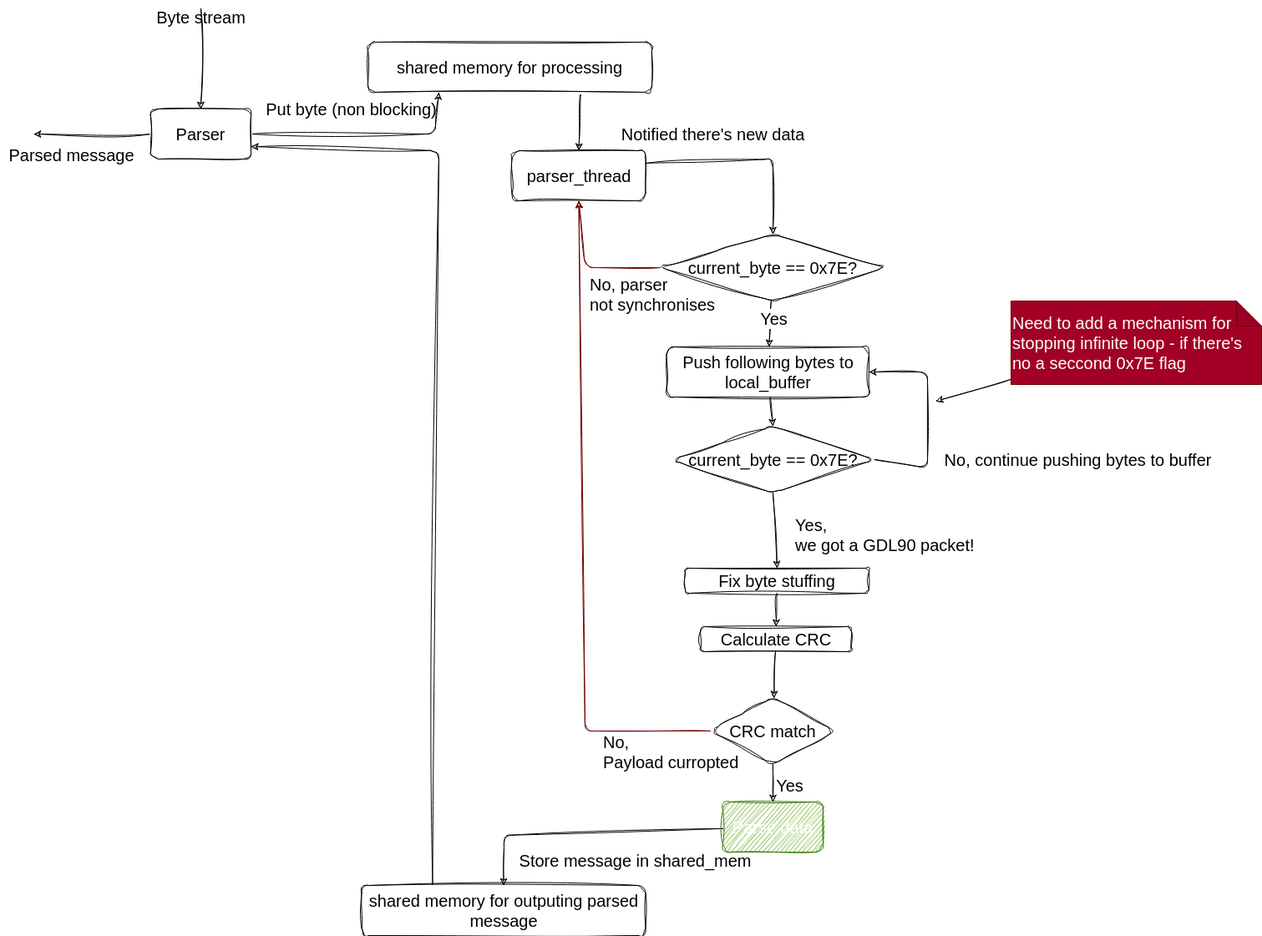
Earlier version of the draw.io export doc/ParserDesignHighLevel.png (GalBrandwine/GDL90_c_parser). Source tidied: cells renumbered, new cells last; positions are measured from the earlier drawing's top-left corner, leaving out a move shared by most shapes. Its diagram source:
```xml
<mxGraphModel>
  <root>
    <mxCell id="0" />
    <mxCell id="1" parent="0" />
    <mxCell id="2" style="edgeStyle=none;html=1;exitX=0.75;exitY=1;exitDx=0;exitDy=0;entryX=0.5;entryY=0;entryDx=0;entryDy=0;shadow=0;sketch=1;curveFitting=1;jiggle=2;fontSize=20;" parent="1" edge="1" source="3" target="8">
      <mxGeometry relative="1" as="geometry" />
    </mxCell>
    <mxCell id="3" value="shared memory for processing" style="rounded=1;whiteSpace=wrap;html=1;shadow=0;sketch=1;curveFitting=1;jiggle=2;fontSize=20;" parent="1" vertex="1">
      <mxGeometry x="440" y="50" width="340" height="60" as="geometry" />
    </mxCell>
    <mxCell id="4" style="edgeStyle=none;html=1;entryX=0.25;entryY=1;entryDx=0;entryDy=0;shadow=0;sketch=1;curveFitting=1;jiggle=2;fontSize=20;" parent="1" edge="1" source="6" target="3">
      <mxGeometry relative="1" as="geometry">
        <Array as="points">
          <mxPoint x="520" y="160" />
        </Array>
      </mxGeometry>
    </mxCell>
    <mxCell id="5" style="edgeStyle=none;html=1;shadow=0;sketch=1;curveFitting=1;jiggle=2;fontSize=20;" parent="1" edge="1" source="6">
      <mxGeometry relative="1" as="geometry">
        <mxPoint x="40" y="160" as="targetPoint" />
      </mxGeometry>
    </mxCell>
    <mxCell id="6" value="Parser" style="rounded=1;whiteSpace=wrap;html=1;shadow=0;sketch=1;curveFitting=1;jiggle=2;fontSize=20;" parent="1" vertex="1">
      <mxGeometry x="180" y="130" width="120" height="60" as="geometry" />
    </mxCell>
    <mxCell id="7" value="Put byte (non blocking)" style="text;html=1;align=center;verticalAlign=middle;strokeColor=none;fillColor=none;shadow=0;sketch=1;curveFitting=1;jiggle=2;fontSize=20;" parent="1" vertex="1">
      <mxGeometry x="305" y="110" width="230" height="40" as="geometry" />
    </mxCell>
    <mxCell id="8" value="parser_thread" style="rounded=1;whiteSpace=wrap;html=1;shadow=0;sketch=1;curveFitting=1;jiggle=2;fontSize=20;" parent="1" vertex="1">
      <mxGeometry x="612.5" y="180" width="160" height="60" as="geometry" />
    </mxCell>
    <mxCell id="9" style="endArrow=classic;html=1;entryX=0.5;entryY=0;entryDx=0;entryDy=0;shadow=0;sketch=1;curveFitting=1;jiggle=2;fontSize=20;" parent="1" edge="1" target="6">
      <mxGeometry relative="1" as="geometry">
        <mxPoint x="240" y="10" as="sourcePoint" />
      </mxGeometry>
    </mxCell>
    <mxCell id="10" value="Byte stream" style="text;html=1;align=center;verticalAlign=middle;points=[];strokeColor=none;fillColor=none;shadow=0;sketch=1;curveFitting=1;jiggle=2;fontSize=20;" parent="1" vertex="1">
      <mxGeometry x="175" width="130" height="40" as="geometry" />
    </mxCell>
    <mxCell id="11" value="Parsed message" style="text;html=1;align=center;verticalAlign=middle;strokeColor=none;fillColor=none;shadow=0;sketch=1;curveFitting=1;jiggle=2;fontSize=20;" parent="1" vertex="1">
      <mxGeometry y="165" width="170" height="40" as="geometry" />
    </mxCell>
    <mxCell id="12" style="edgeStyle=none;html=1;entryX=0.5;entryY=0;entryDx=0;entryDy=0;shadow=0;sketch=1;curveFitting=1;jiggle=2;exitX=1;exitY=0.25;exitDx=0;exitDy=0;fontSize=20;" parent="1" edge="1" source="8" target="22">
      <mxGeometry relative="1" as="geometry">
        <Array as="points">
          <mxPoint x="925" y="190" />
        </Array>
      </mxGeometry>
    </mxCell>
    <mxCell id="13" style="edgeStyle=none;html=1;exitX=0.25;exitY=0;exitDx=0;exitDy=0;entryX=1;entryY=0.75;entryDx=0;entryDy=0;shadow=0;sketch=1;curveFitting=1;jiggle=2;fontSize=20;" parent="1" edge="1" source="14" target="6">
      <mxGeometry relative="1" as="geometry">
        <Array as="points">
          <mxPoint x="525" y="180" />
        </Array>
      </mxGeometry>
    </mxCell>
    <mxCell id="14" value="shared memory for outputing parsed message" style="rounded=1;whiteSpace=wrap;html=1;shadow=0;sketch=1;curveFitting=1;jiggle=2;fontSize=20;" parent="1" vertex="1">
      <mxGeometry x="432.5" y="1060" width="340" height="60" as="geometry" />
    </mxCell>
    <mxCell id="15" style="edgeStyle=none;html=1;shadow=0;sketch=1;curveFitting=1;jiggle=2;fontSize=20;" parent="1" edge="1" source="16" target="18">
      <mxGeometry relative="1" as="geometry" />
    </mxCell>
    <mxCell id="16" value="Fix byte stuffing" style="rounded=1;whiteSpace=wrap;html=1;shadow=0;sketch=1;curveFitting=1;jiggle=2;fontSize=20;" parent="1" vertex="1">
      <mxGeometry x="820" y="680" width="220" height="30" as="geometry" />
    </mxCell>
    <mxCell id="17" style="edgeStyle=none;sketch=1;html=1;shadow=0;fontSize=20;" parent="1" edge="1" source="18" target="36">
      <mxGeometry relative="1" as="geometry" />
    </mxCell>
    <mxCell id="18" value="Calculate CRC" style="rounded=1;whiteSpace=wrap;html=1;shadow=0;sketch=1;curveFitting=1;jiggle=2;fontSize=20;" parent="1" vertex="1">
      <mxGeometry x="838.5" y="750" width="180" height="30" as="geometry" />
    </mxCell>
    <mxCell id="19" style="edgeStyle=none;sketch=1;html=1;shadow=0;entryX=0.5;entryY=1;entryDx=0;entryDy=0;exitX=0;exitY=0.5;exitDx=0;exitDy=0;fillColor=#a20025;strokeColor=#6F0000;fontSize=20;" parent="1" edge="1" source="22" target="8">
      <mxGeometry relative="1" as="geometry">
        <Array as="points">
          <mxPoint x="700" y="320" />
        </Array>
      </mxGeometry>
    </mxCell>
    <mxCell id="20" style="edgeStyle=none;sketch=1;html=1;shadow=0;fontSize=20;" parent="1" edge="1" source="22" target="25">
      <mxGeometry relative="1" as="geometry" />
    </mxCell>
    <mxCell id="21" value="Yes" style="edgeLabel;html=1;align=center;verticalAlign=middle;fontSize=20;" parent="20" vertex="1">
      <mxGeometry x="-0.25" y="3" relative="1" as="geometry" />
    </mxCell>
    <mxCell id="22" value="current_byte == 0x7E?" style="rhombus;whiteSpace=wrap;html=1;rounded=1;shadow=0;sketch=1;curveFitting=1;jiggle=2;fontSize=20;" parent="1" vertex="1">
      <mxGeometry x="790" y="280" width="270" height="80" as="geometry" />
    </mxCell>
    <mxCell id="23" value="No, parser&lt;br style=&quot;font-size: 20px;&quot;&gt;not synchronises" style="text;html=1;align=left;verticalAlign=middle;strokeColor=none;fillColor=none;fontSize=20;" parent="1" vertex="1">
      <mxGeometry x="704" y="322" width="170" height="60" as="geometry" />
    </mxCell>
    <mxCell id="24" style="edgeStyle=none;sketch=1;html=1;shadow=0;entryX=0.5;entryY=0;entryDx=0;entryDy=0;fontSize=20;" parent="1" edge="1" source="25" target="28">
      <mxGeometry relative="1" as="geometry" />
    </mxCell>
    <mxCell id="25" value="Push following bytes to local_buffer" style="whiteSpace=wrap;html=1;rounded=1;shadow=0;sketch=1;curveFitting=1;jiggle=2;fontSize=20;" parent="1" vertex="1">
      <mxGeometry x="797.5" y="415" width="242.5" height="60" as="geometry" />
    </mxCell>
    <mxCell id="26" style="edgeStyle=none;sketch=1;html=1;entryX=1;entryY=0.5;entryDx=0;entryDy=0;shadow=0;fontSize=20;exitX=1;exitY=0.5;exitDx=0;exitDy=0;" parent="1" edge="1" source="28" target="25">
      <mxGeometry relative="1" as="geometry">
        <Array as="points">
          <mxPoint x="1110" y="560" />
          <mxPoint x="1110" y="445" />
        </Array>
      </mxGeometry>
    </mxCell>
    <mxCell id="27" style="edgeStyle=none;sketch=1;html=1;entryX=0.5;entryY=0;entryDx=0;entryDy=0;shadow=0;fontSize=20;exitX=0.5;exitY=1;exitDx=0;exitDy=0;" parent="1" edge="1" source="28" target="16">
      <mxGeometry relative="1" as="geometry" />
    </mxCell>
    <mxCell id="28" value="current_byte == 0x7E?" style="rhombus;whiteSpace=wrap;html=1;rounded=1;shadow=0;sketch=1;curveFitting=1;jiggle=2;fontSize=20;" parent="1" vertex="1">
      <mxGeometry x="803.5" y="510" width="243" height="80" as="geometry" />
    </mxCell>
    <mxCell id="29" value="No, continue pushing bytes to buffer" style="text;html=1;align=center;verticalAlign=middle;strokeColor=none;fillColor=none;fontSize=20;" parent="1" vertex="1">
      <mxGeometry x="1120" y="530" width="340" height="40" as="geometry" />
    </mxCell>
    <mxCell id="30" value="Notified there's new data" style="text;html=1;align=center;verticalAlign=middle;strokeColor=none;fillColor=none;fontSize=20;" parent="1" vertex="1">
      <mxGeometry x="732.5" y="140" width="240" height="40" as="geometry" />
    </mxCell>
    <mxCell id="31" style="edgeStyle=none;sketch=1;html=1;shadow=0;fontSize=20;" parent="1" edge="1" source="32">
      <mxGeometry relative="1" as="geometry">
        <mxPoint x="1120" y="480" as="targetPoint" />
      </mxGeometry>
    </mxCell>
    <mxCell id="32" value="Need to add a mechanism for stopping infinite loop - if there's no a seccond 0x7E flag" style="shape=note;whiteSpace=wrap;html=1;backgroundOutline=1;darkOpacity=0.05;rounded=1;shadow=0;fillColor=#a20025;fontColor=#ffffff;strokeColor=#6F0000;align=left;fontSize=20;" parent="1" vertex="1">
      <mxGeometry x="1210" y="360" width="300" height="100" as="geometry" />
    </mxCell>
    <mxCell id="33" value="Yes,&lt;br style=&quot;font-size: 20px;&quot;&gt;we got a GDL90 packet!" style="text;html=1;align=left;verticalAlign=middle;strokeColor=none;fillColor=none;fontSize=20;" parent="1" vertex="1">
      <mxGeometry x="950" y="610" width="240" height="60" as="geometry" />
    </mxCell>
    <mxCell id="34" style="edgeStyle=none;sketch=1;html=1;shadow=0;entryX=0.5;entryY=1;entryDx=0;entryDy=0;fillColor=#a20025;strokeColor=#6F0000;fontSize=20;" parent="1" edge="1" source="36" target="8">
      <mxGeometry relative="1" as="geometry">
        <Array as="points">
          <mxPoint x="700" y="875" />
        </Array>
      </mxGeometry>
    </mxCell>
    <mxCell id="35" style="edgeStyle=none;sketch=1;html=1;shadow=0;fontSize=20;" parent="1" edge="1" source="36" target="39">
      <mxGeometry relative="1" as="geometry" />
    </mxCell>
    <mxCell id="36" value="CRC match" style="rhombus;whiteSpace=wrap;html=1;rounded=1;shadow=0;sketch=1;curveFitting=1;jiggle=2;fontSize=20;" parent="1" vertex="1">
      <mxGeometry x="850" y="835" width="150" height="80" as="geometry" />
    </mxCell>
    <mxCell id="37" value="No,&lt;br style=&quot;font-size: 20px;&quot;&gt;Payload curropted" style="text;html=1;align=left;verticalAlign=middle;strokeColor=none;fillColor=none;fontSize=20;" parent="1" vertex="1">
      <mxGeometry x="720" y="870" width="190" height="60" as="geometry" />
    </mxCell>
    <mxCell id="38" style="edgeStyle=none;sketch=1;html=1;entryX=0.5;entryY=0;entryDx=0;entryDy=0;shadow=0;fontSize=20;" parent="1" edge="1" source="39" target="14">
      <mxGeometry relative="1" as="geometry">
        <Array as="points">
          <mxPoint x="603" y="1000" />
        </Array>
      </mxGeometry>
    </mxCell>
    <mxCell id="39" value="Parse data" style="whiteSpace=wrap;html=1;rounded=1;shadow=0;sketch=1;curveFitting=1;jiggle=2;fillColor=#60a917;fontColor=#ffffff;strokeColor=#2D7600;fontSize=20;" parent="1" vertex="1">
      <mxGeometry x="865" y="960" width="120" height="60" as="geometry" />
    </mxCell>
    <mxCell id="40" value="&lt;font style=&quot;font-size: 20px;&quot;&gt;Store message in shared_mem&lt;/font&gt;" style="text;html=1;align=center;verticalAlign=middle;strokeColor=none;fillColor=none;fontSize=20;" parent="1" vertex="1">
      <mxGeometry x="610" y="1010" width="300" height="40" as="geometry" />
    </mxCell>
    <mxCell id="41" value="Yes" style="text;html=1;align=center;verticalAlign=middle;strokeColor=none;fillColor=none;fontSize=20;rounded=1;shadow=0;" parent="1" vertex="1">
      <mxGeometry x="915" y="920" width="60" height="40" as="geometry" />
    </mxCell>
  </root>
</mxGraphModel>
```
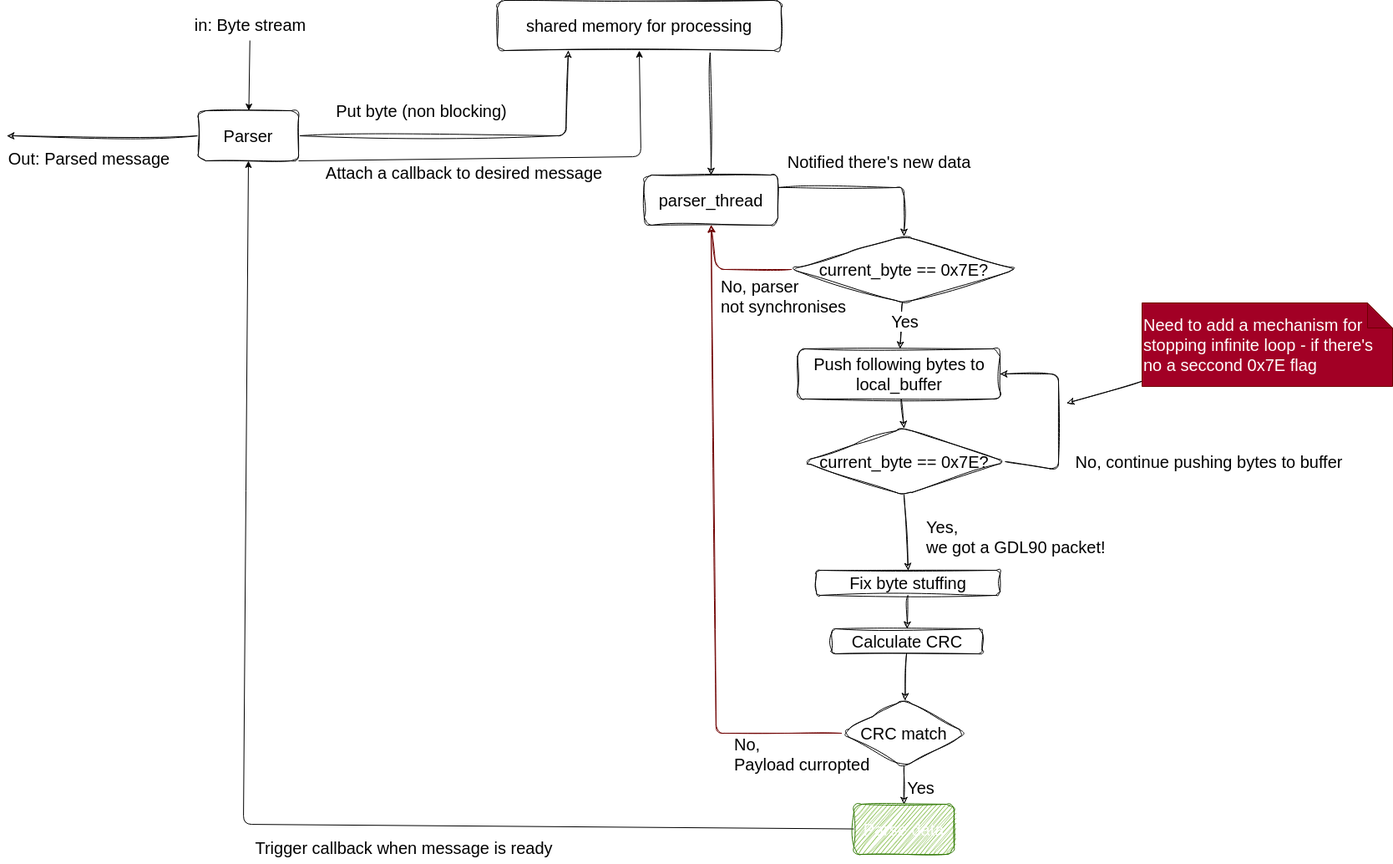
Above is the later version.

Commit message:
Done working on the GDL90 * functioning byte-de-stuffing mechanism * functioning crc * heartbeat message parsing

What changed in the source:
```diff
@@ -6,7 +6,7 @@
       <mxGeometry relative="1" as="geometry" />
     </mxCell>
     <mxCell id="3" value="shared memory for processing" style="rounded=1;whiteSpace=wrap;html=1;shadow=0;sketch=1;curveFitting=1;jiggle=2;fontSize=20;" parent="1" vertex="1">
-      <mxGeometry x="440" y="50" width="340" height="60" as="geometry" />
+      <mxGeometry x="438" y="-2" width="340" height="60" as="geometry" />
     </mxCell>
     <mxCell id="4" style="edgeStyle=none;html=1;entryX=0.25;entryY=1;entryDx=0;entryDy=0;shadow=0;sketch=1;curveFitting=1;jiggle=2;fontSize=20;" parent="1" edge="1" source="6" target="3">
       <mxGeometry relative="1" as="geometry">
@@ -17,46 +17,41 @@
     </mxCell>
     <mxCell id="5" style="edgeStyle=none;html=1;shadow=0;sketch=1;curveFitting=1;jiggle=2;fontSize=20;" parent="1" edge="1" source="6">
       <mxGeometry relative="1" as="geometry">
-        <mxPoint x="40" y="160" as="targetPoint" />
+        <mxPoint x="-149" y="160" as="targetPoint" />
       </mxGeometry>
     </mxCell>
+    <mxCell id="42" style="edgeStyle=none;html=1;exitX=1;exitY=1;exitDx=0;exitDy=0;entryX=0.5;entryY=1;entryDx=0;entryDy=0;" parent="1" edge="1" source="6" target="3">
+      <mxGeometry relative="1" as="geometry">
+        <Array as="points">
+          <mxPoint x="610" y="185" />
+        </Array>
+      </mxGeometry>
+    </mxCell>
     <mxCell id="6" value="Parser" style="rounded=1;whiteSpace=wrap;html=1;shadow=0;sketch=1;curveFitting=1;jiggle=2;fontSize=20;" parent="1" vertex="1">
-      <mxGeometry x="180" y="130" width="120" height="60" as="geometry" />
+      <mxGeometry x="80" y="130" width="120" height="60" as="geometry" />
     </mxCell>
     <mxCell id="7" value="Put byte (non blocking)" style="text;html=1;align=center;verticalAlign=middle;strokeColor=none;fillColor=none;shadow=0;sketch=1;curveFitting=1;jiggle=2;fontSize=20;" parent="1" vertex="1">
-      <mxGeometry x="305" y="110" width="230" height="40" as="geometry" />
+      <mxGeometry x="232" y="110" width="230" height="40" as="geometry" />
     </mxCell>
     <mxCell id="8" value="parser_thread" style="rounded=1;whiteSpace=wrap;html=1;shadow=0;sketch=1;curveFitting=1;jiggle=2;fontSize=20;" parent="1" vertex="1">
-      <mxGeometry x="612.5" y="180" width="160" height="60" as="geometry" />
+      <mxGeometry x="614" y="207" width="160" height="60" as="geometry" />
     </mxCell>
-    <mxCell id="9" style="endArrow=classic;html=1;entryX=0.5;entryY=0;entryDx=0;entryDy=0;shadow=0;sketch=1;curveFitting=1;jiggle=2;fontSize=20;" parent="1" edge="1" target="6">
-      <mxGeometry relative="1" as="geometry">
-        <mxPoint x="240" y="10" as="sourcePoint" />
-      </mxGeometry>
-    </mxCell>
+    <mxCell id="43" style="edgeStyle=none;html=1;fontSize=20;" parent="1" edge="1" source="10" target="6">
+      <mxGeometry relative="1" as="geometry" />
+    </mxCell>
-    <mxCell id="10" value="Byte stream" style="text;html=1;align=center;verticalAlign=middle;points=[];strokeColor=none;fillColor=none;shadow=0;sketch=1;curveFitting=1;jiggle=2;fontSize=20;" parent="1" vertex="1">
-      <mxGeometry x="175" width="130" height="40" as="geometry" />
+    <mxCell id="10" value="in: Byte stream" style="text;html=1;align=center;verticalAlign=middle;points=[];strokeColor=none;fillColor=none;shadow=0;sketch=1;curveFitting=1;jiggle=2;fontSize=20;" parent="1" vertex="1">
+      <mxGeometry x="66" y="9" width="152" height="37" as="geometry" />
     </mxCell>
-    <mxCell id="11" value="Parsed message" style="text;html=1;align=center;verticalAlign=middle;strokeColor=none;fillColor=none;shadow=0;sketch=1;curveFitting=1;jiggle=2;fontSize=20;" parent="1" vertex="1">
-      <mxGeometry y="165" width="170" height="40" as="geometry" />
+    <mxCell id="11" value="Out: Parsed message" style="text;html=1;align=center;verticalAlign=middle;strokeColor=none;fillColor=none;shadow=0;sketch=1;curveFitting=1;jiggle=2;fontSize=20;" parent="1" vertex="1">
+      <mxGeometry x="-157" y="169" width="212" height="37" as="geometry" />
     </mxCell>
     <mxCell id="12" style="edgeStyle=none;html=1;entryX=0.5;entryY=0;entryDx=0;entryDy=0;shadow=0;sketch=1;curveFitting=1;jiggle=2;exitX=1;exitY=0.25;exitDx=0;exitDy=0;fontSize=20;" parent="1" edge="1" source="8" target="22">
       <mxGeometry relative="1" as="geometry">
         <Array as="points">
-          <mxPoint x="925" y="190" />
+          <mxPoint x="925" y="222" />
         </Array>
       </mxGeometry>
     </mxCell>
-    <mxCell id="13" style="edgeStyle=none;html=1;exitX=0.25;exitY=0;exitDx=0;exitDy=0;entryX=1;entryY=0.75;entryDx=0;entryDy=0;shadow=0;sketch=1;curveFitting=1;jiggle=2;fontSize=20;" parent="1" edge="1" source="14" target="6">
-      <mxGeometry relative="1" as="geometry">
-        <Array as="points">
-          <mxPoint x="525" y="180" />
-        </Array>
-      </mxGeometry>
-    </mxCell>
-    <mxCell id="14" value="shared memory for outputing parsed message" style="rounded=1;whiteSpace=wrap;html=1;shadow=0;sketch=1;curveFitting=1;jiggle=2;fontSize=20;" parent="1" vertex="1">
-      <mxGeometry x="432.5" y="1060" width="340" height="60" as="geometry" />
-    </mxCell>
     <mxCell id="15" style="edgeStyle=none;html=1;shadow=0;sketch=1;curveFitting=1;jiggle=2;fontSize=20;" parent="1" edge="1" source="16" target="18">
       <mxGeometry relative="1" as="geometry" />
     </mxCell>
@@ -112,7 +107,7 @@
       <mxGeometry x="1120" y="530" width="340" height="40" as="geometry" />
     </mxCell>
     <mxCell id="30" value="Notified there's new data" style="text;html=1;align=center;verticalAlign=middle;strokeColor=none;fillColor=none;fontSize=20;" parent="1" vertex="1">
-      <mxGeometry x="732.5" y="140" width="240" height="40" as="geometry" />
+      <mxGeometry x="775" y="171" width="240" height="40" as="geometry" />
     </mxCell>
     <mxCell id="31" style="edgeStyle=none;sketch=1;html=1;shadow=0;fontSize=20;" parent="1" edge="1" source="32">
       <mxGeometry relative="1" as="geometry">
@@ -141,21 +136,24 @@
     <mxCell id="37" value="No,&lt;br style=&quot;font-size: 20px;&quot;&gt;Payload curropted" style="text;html=1;align=left;verticalAlign=middle;strokeColor=none;fillColor=none;fontSize=20;" parent="1" vertex="1">
       <mxGeometry x="720" y="870" width="190" height="60" as="geometry" />
     </mxCell>
-    <mxCell id="38" style="edgeStyle=none;sketch=1;html=1;entryX=0.5;entryY=0;entryDx=0;entryDy=0;shadow=0;fontSize=20;" parent="1" edge="1" source="39" target="14">
-      <mxGeometry relative="1" as="geometry">
-        <Array as="points">
-          <mxPoint x="603" y="1000" />
-        </Array>
-      </mxGeometry>
-    </mxCell>
+    <mxCell id="44" style="edgeStyle=none;html=1;entryX=0.5;entryY=1;entryDx=0;entryDy=0;fontSize=20;" parent="1" edge="1" source="39" target="6">
+      <mxGeometry relative="1" as="geometry">
+        <Array as="points">
+          <mxPoint x="134" y="984" />
+        </Array>
+      </mxGeometry>
+    </mxCell>
     <mxCell id="39" value="Parse data" style="whiteSpace=wrap;html=1;rounded=1;shadow=0;sketch=1;curveFitting=1;jiggle=2;fillColor=#60a917;fontColor=#ffffff;strokeColor=#2D7600;fontSize=20;" parent="1" vertex="1">
       <mxGeometry x="865" y="960" width="120" height="60" as="geometry" />
     </mxCell>
-    <mxCell id="40" value="&lt;font style=&quot;font-size: 20px;&quot;&gt;Store message in shared_mem&lt;/font&gt;" style="text;html=1;align=center;verticalAlign=middle;strokeColor=none;fillColor=none;fontSize=20;" parent="1" vertex="1">
-      <mxGeometry x="610" y="1010" width="300" height="40" as="geometry" />
-    </mxCell>
     <mxCell id="41" value="Yes" style="text;html=1;align=center;verticalAlign=middle;strokeColor=none;fillColor=none;fontSize=20;rounded=1;shadow=0;" parent="1" vertex="1">
       <mxGeometry x="915" y="920" width="60" height="40" as="geometry" />
     </mxCell>
+    <mxCell id="45" value="&lt;font style=&quot;font-size: 20px;&quot;&gt;Attach a callback to desired message&lt;/font&gt;" style="text;html=1;align=center;verticalAlign=middle;strokeColor=none;fillColor=none;" parent="1" vertex="1">
+      <mxGeometry x="223" y="185" width="350" height="37" as="geometry" />
+    </mxCell>
+    <mxCell id="46" value="Trigger callback when message is ready" style="text;html=1;align=center;verticalAlign=middle;strokeColor=none;fillColor=none;fontSize=20;" parent="1" vertex="1">
+      <mxGeometry x="138" y="993" width="375" height="37" as="geometry" />
+    </mxCell>
   </root>
 </mxGraphModel>
```
